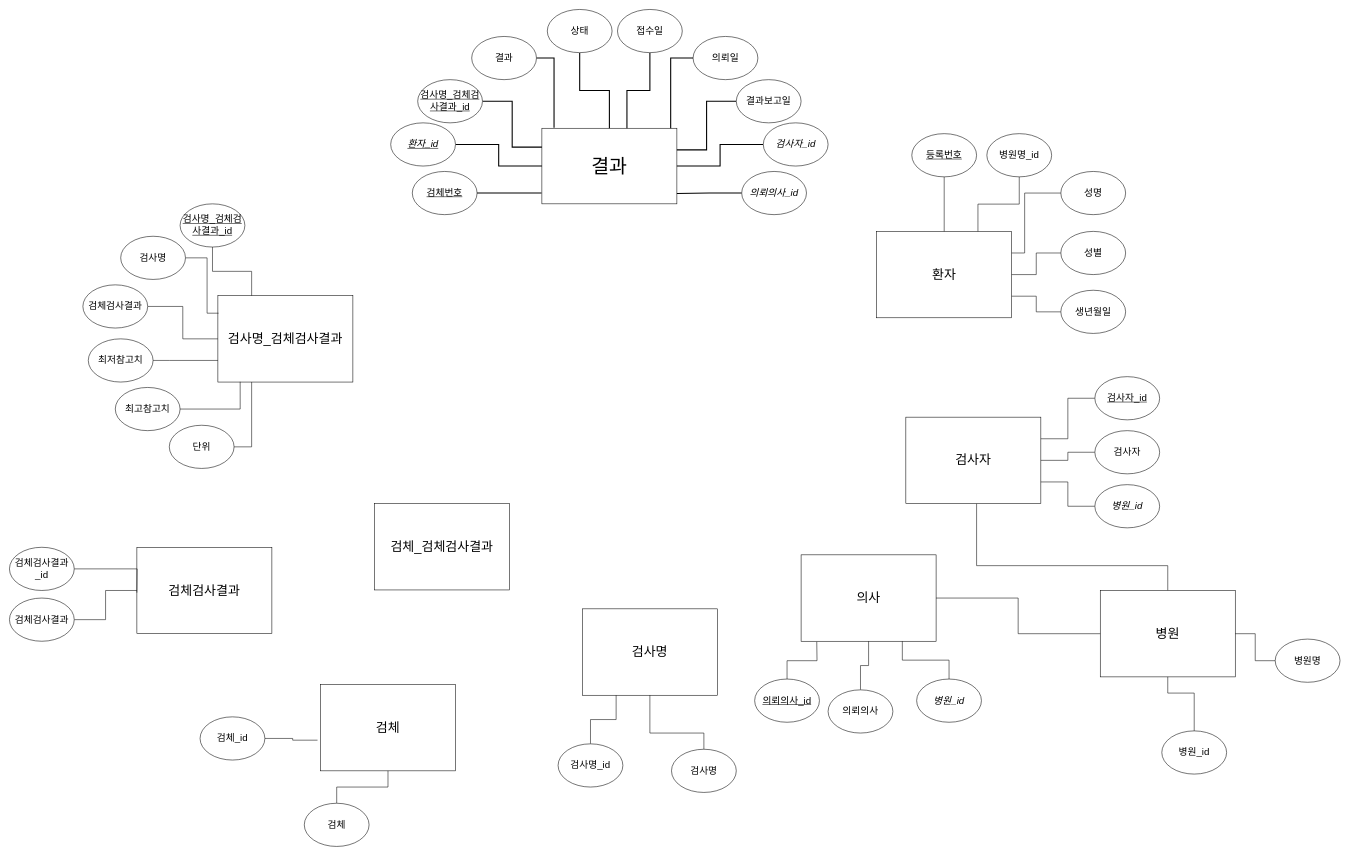
The draw.io diagram file/20210613_의무기록 ERD모델링.drawio in surim-wang/MNIST, before the edit. Source tidied: cells renumbered, new cells numbered last; positions are measured from the earlier drawing's top-left corner, leaving out a move shared by most shapes. Both pictures are drawn from the tidied source at 54%, with x=0, y=0 at pixel (9, 9).
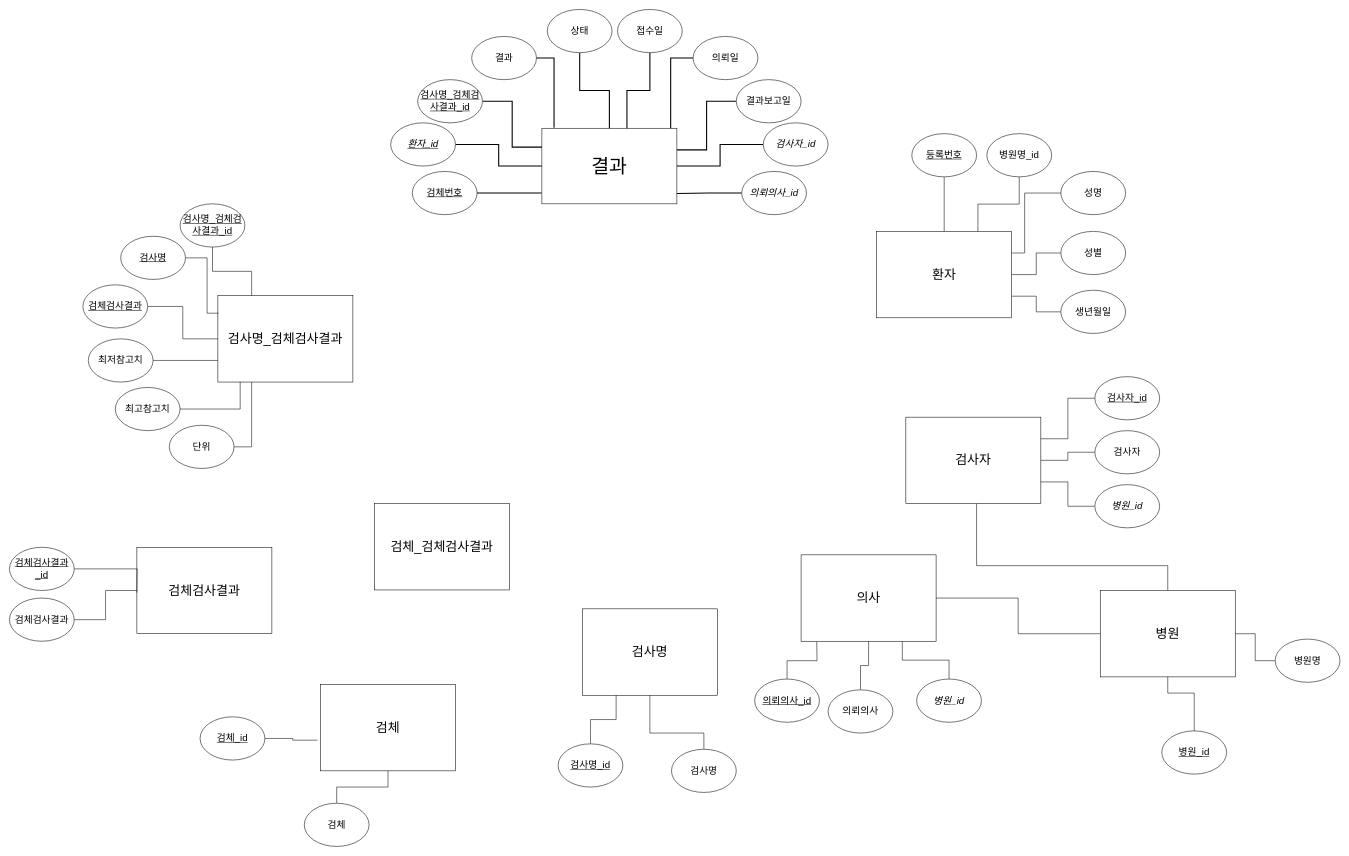
Above is the later version.

Commit message:
Update 20210613_의무기록 ERD모델링.drawio

The edit, as a diff of the source:
```diff
@@
-    <mxCell id="33" value="검체검사결과" style="ellipse;whiteSpace=wrap;html=1;fontSize=18;" parent="1" vertex="1">
+    <mxCell id="33" value="&lt;u&gt;검체검사결과&lt;/u&gt;" style="ellipse;whiteSpace=wrap;html=1;fontSize=18;" parent="1" vertex="1">
       <mxGeometry x="136" y="510" width="120" height="80" as="geometry" />
     </mxCell>
@@
-    <mxCell id="35" value="검사명" style="ellipse;whiteSpace=wrap;html=1;fontSize=18;" parent="1" vertex="1">
+    <mxCell id="35" value="&lt;u&gt;검사명&lt;/u&gt;" style="ellipse;whiteSpace=wrap;html=1;fontSize=18;" parent="1" vertex="1">
       <mxGeometry x="206" y="420" width="120" height="80" as="geometry" />
     </mxCell>
@@
-    <mxCell id="46" value="검체검사결과_id" style="ellipse;whiteSpace=wrap;html=1;fontSize=18;" parent="1" vertex="1">
+    <mxCell id="46" value="&lt;u&gt;검체검사결과_id&lt;/u&gt;" style="ellipse;whiteSpace=wrap;html=1;fontSize=18;" parent="1" vertex="1">
       <mxGeometry y="996" width="120" height="80" as="geometry" />
     </mxCell>
@@
-    <mxCell id="50" value="검체_id" style="ellipse;whiteSpace=wrap;html=1;fontSize=18;" parent="1" vertex="1">
+    <mxCell id="50" value="&lt;u&gt;검체_id&lt;/u&gt;" style="ellipse;whiteSpace=wrap;html=1;fontSize=18;" parent="1" vertex="1">
       <mxGeometry x="353" y="1310" width="120" height="80" as="geometry" />
     </mxCell>
@@
-    <mxCell id="54" value="검사명_id" style="ellipse;whiteSpace=wrap;html=1;fontSize=18;" parent="1" vertex="1">
+    <mxCell id="54" value="&lt;u&gt;검사명_id&lt;/u&gt;" style="ellipse;whiteSpace=wrap;html=1;fontSize=18;" parent="1" vertex="1">
       <mxGeometry x="1016" y="1360" width="120" height="80" as="geometry" />
     </mxCell>
@@
-    <mxCell id="60" value="병원_id" style="ellipse;whiteSpace=wrap;html=1;fontSize=18;" parent="1" vertex="1">
+    <mxCell id="60" value="&lt;u&gt;병원_id&lt;/u&gt;" style="ellipse;whiteSpace=wrap;html=1;fontSize=18;" parent="1" vertex="1">
       <mxGeometry x="2134" y="1336" width="120" height="80" as="geometry" />
     </mxCell>
@@
+    <mxCell id="84" value="&amp;nbsp;&amp;nbsp;" style="text;html=1;align=center;verticalAlign=middle;strokeColor=none;" parent="1" vertex="1">
+      <mxGeometry x="1250" y="520" width="20" height="20" as="geometry" />
+    </mxCell>
```
